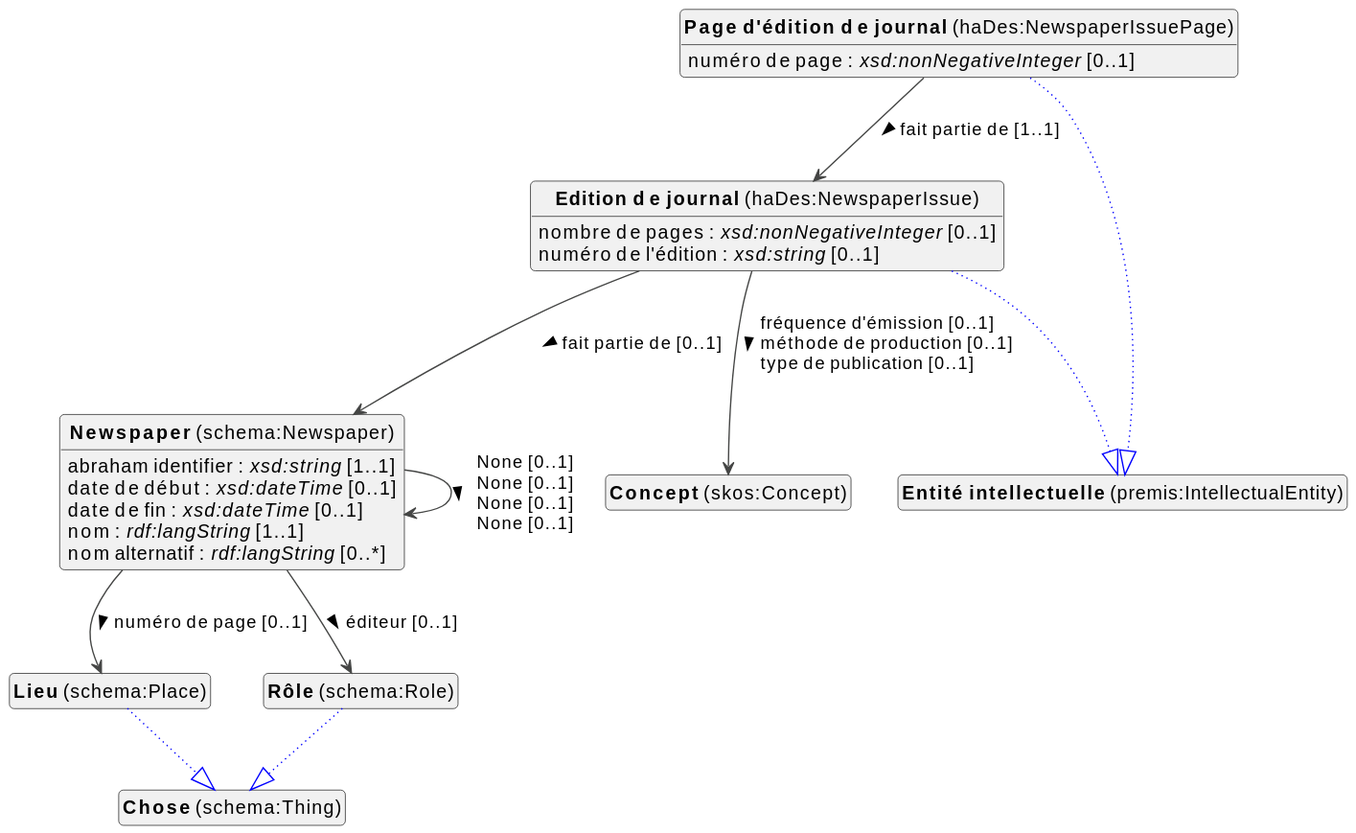
Before: docs/metadata/knowledge-graph/0.0.1/bibliographic/fr/bibliographic-diagram.svg, a diagram exported from PlantUML (viaacode/documentation-jekyll).
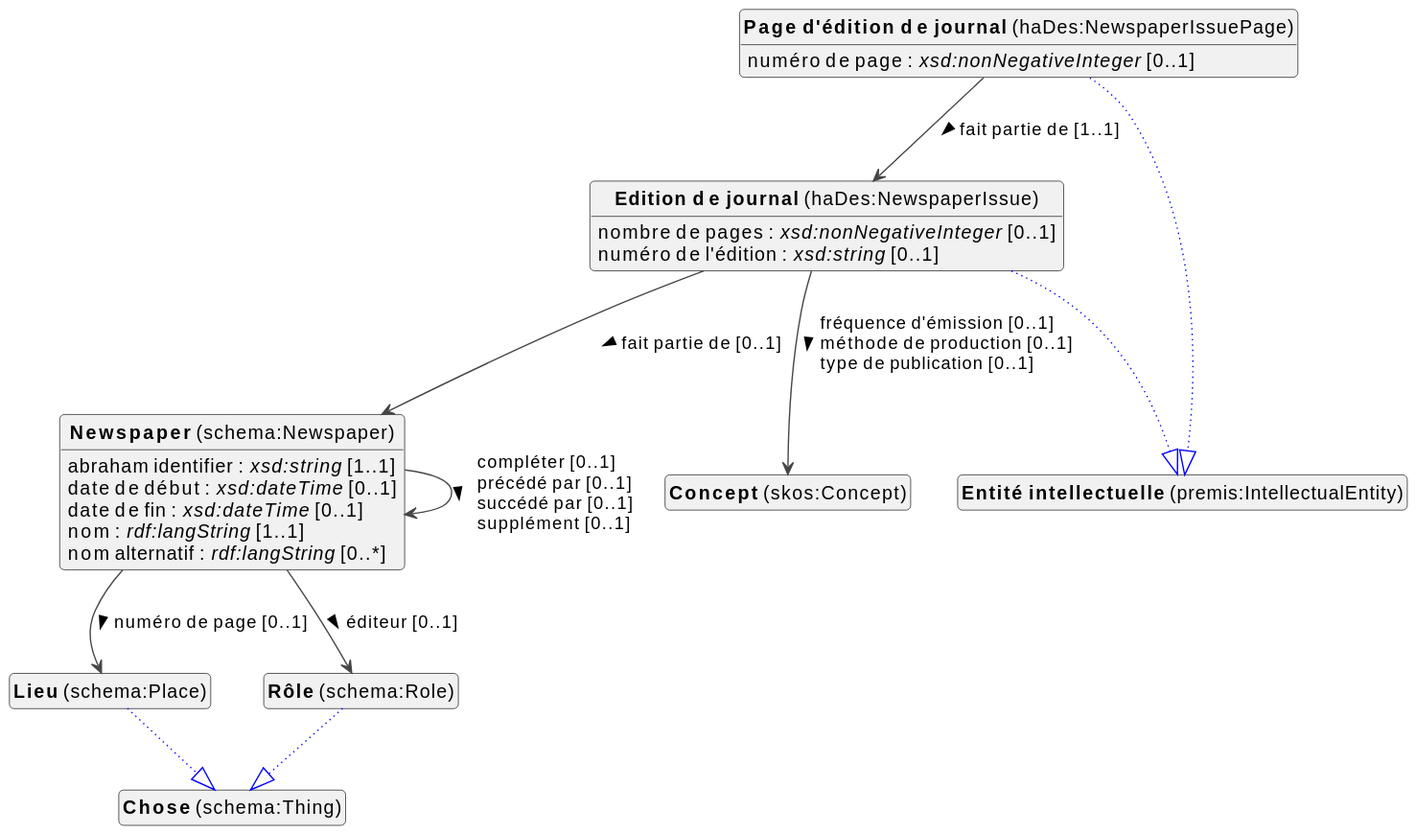
After the change.

The edit, as a diff of the source:
```diff
@@ -28,7 +28,7 @@
 schema_Newspaper : nom : <i>rdf:langString</i> [1..1]
 schema_Newspaper : nom alternatif : <i>rdf:langString</i> [0..*]
 
-schema_Newspaper --> schema_Newspaper :None [0..1]  \lNone [0..1]  \lNone [0..1]  \lNone [0..1]  >
+schema_Newspaper --> schema_Newspaper :compléter [0..1]  \lprécédé par [0..1]  \lsuccédé par [0..1]  \lsupplément [0..1]  >
 schema_Newspaper --> schema_Place :numéro de page [0..1]  >
 schema_Newspaper --> schema_Role :éditeur [0..1]  >
 
```
